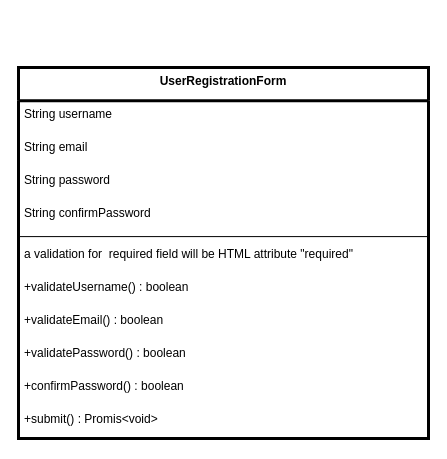
This is page "Class Diagram" (2 of 3) of Design/Software_Design/Registration_sofwareDesign.drawio from Mohamed-Mohsen98/Travel-Advisor-Web-Application, a draw.io file, before an edit. Source tidied: cells renumbered, new cells numbered last; positions are measured from the earlier drawing's top-left corner, leaving out a move shared by most shapes. Both pictures are drawn from the tidied source at 100%, with x=0, y=0 at pixel (18, 67).
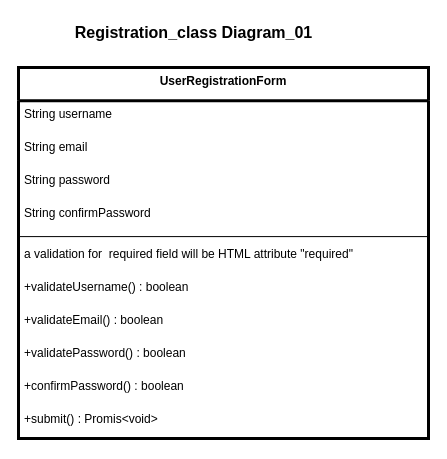
After the change.

Commit message (it also covers changes not shown here):
Registration_SW_Design_V1.1

Add id to degin

What changed in the source:
```diff
@@
 <mxGraphModel>
   <root>
     <mxCell id="0" />
     <mxCell id="1" parent="0" />
     <mxCell id="2" value="UserRegistrationForm" style="swimlane;fontStyle=1;align=center;verticalAlign=top;horizontal=1;startSize=33.142857142857146;strokeWidth=3;" parent="1" vertex="1">
       <mxGeometry width="410" height="371.1" as="geometry" />
     </mxCell>
     <mxCell id="3" value="String username" style="text;strokeColor=none;fillColor=none;align=left;verticalAlign=top;spacingLeft=4;spacingRight=4;overflow=hidden;" parent="2" vertex="1">
       <mxGeometry y="33.1" width="410" height="33" as="geometry" />
     </mxCell>
     <mxCell id="4" value="String email" style="text;strokeColor=none;fillColor=none;align=left;verticalAlign=top;spacingLeft=4;spacingRight=4;overflow=hidden;" parent="2" vertex="1">
       <mxGeometry y="66.1" width="410" height="33" as="geometry" />
     </mxCell>
     <mxCell id="5" value="String password" style="text;strokeColor=none;fillColor=none;align=left;verticalAlign=top;spacingLeft=4;spacingRight=4;overflow=hidden;" parent="2" vertex="1">
       <mxGeometry y="99.1" width="410" height="33" as="geometry" />
     </mxCell>
     <mxCell id="6" value="String confirmPassword" style="text;strokeColor=none;fillColor=none;align=left;verticalAlign=top;spacingLeft=4;spacingRight=4;overflow=hidden;" parent="2" vertex="1">
       <mxGeometry y="132.1" width="410" height="33" as="geometry" />
     </mxCell>
     <mxCell id="7" style="line;strokeWidth=1;fillColor=none;align=left;verticalAlign=middle;spacingTop=-1;spacingLeft=3;spacingRight=3;labelPosition=right;strokeColor=inherit;" parent="2" vertex="1">
       <mxGeometry y="165.1" width="410" height="8" as="geometry" />
     </mxCell>
     <mxCell id="8" value="a validation for  required field will be HTML attribute &quot;required&quot; " style="text;strokeColor=none;fillColor=none;align=left;verticalAlign=top;spacingLeft=4;spacingRight=4;overflow=hidden;" parent="2" vertex="1">
       <mxGeometry y="173.1" width="410" height="33" as="geometry" />
     </mxCell>
     <mxCell id="9" value="+validateUsername() : boolean" style="text;strokeColor=none;fillColor=none;align=left;verticalAlign=top;spacingLeft=4;spacingRight=4;overflow=hidden;" parent="2" vertex="1">
       <mxGeometry y="206.1" width="410" height="33" as="geometry" />
     </mxCell>
     <mxCell id="10" value="+validateEmail() : boolean" style="text;strokeColor=none;fillColor=none;align=left;verticalAlign=top;spacingLeft=4;spacingRight=4;overflow=hidden;" parent="2" vertex="1">
       <mxGeometry y="239.1" width="410" height="33" as="geometry" />
     </mxCell>
     <mxCell id="11" value="+validatePassword() : boolean" style="text;strokeColor=none;fillColor=none;align=left;verticalAlign=top;spacingLeft=4;spacingRight=4;overflow=hidden;" parent="2" vertex="1">
       <mxGeometry y="272.1" width="410" height="33" as="geometry" />
     </mxCell>
     <mxCell id="12" value="+confirmPassword() : boolean" style="text;strokeColor=none;fillColor=none;align=left;verticalAlign=top;spacingLeft=4;spacingRight=4;overflow=hidden;" parent="2" vertex="1">
       <mxGeometry y="305.1" width="410" height="33" as="geometry" />
     </mxCell>
     <mxCell id="13" value="+submit() : Promis&lt;void&gt;" style="text;strokeColor=none;fillColor=none;align=left;verticalAlign=top;spacingLeft=4;spacingRight=4;overflow=hidden;" parent="2" vertex="1">
       <mxGeometry y="338.1" width="410" height="33" as="geometry" />
     </mxCell>
+    <mxCell id="14" value="&lt;b&gt;&lt;font style=&quot;font-size: 16px;&quot;&gt;Registration_class Diagram_01&lt;/font&gt;&lt;/b&gt;" style="text;html=1;align=center;verticalAlign=middle;strokeColor=none;fillColor=none;" parent="1" vertex="1">
+      <mxGeometry x="45" y="-50" width="260" height="30" as="geometry" />
+    </mxCell>
   </root>
 </mxGraphModel>
```
